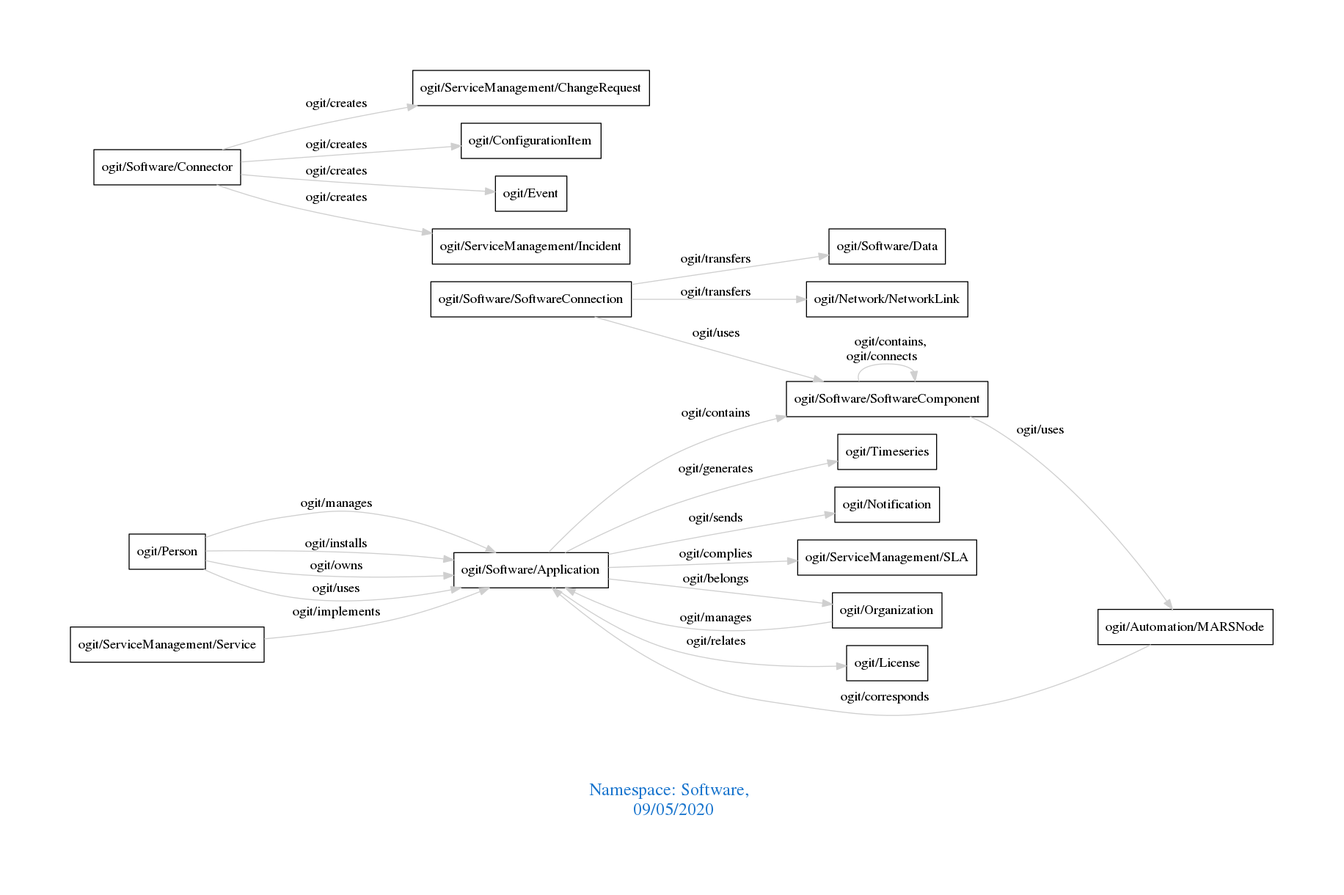
arago/OGIT keeps this Graphviz diagram as downloads/Software.png. Above is the earlier version. Its source is kept beside it as downloads/Software.dot.
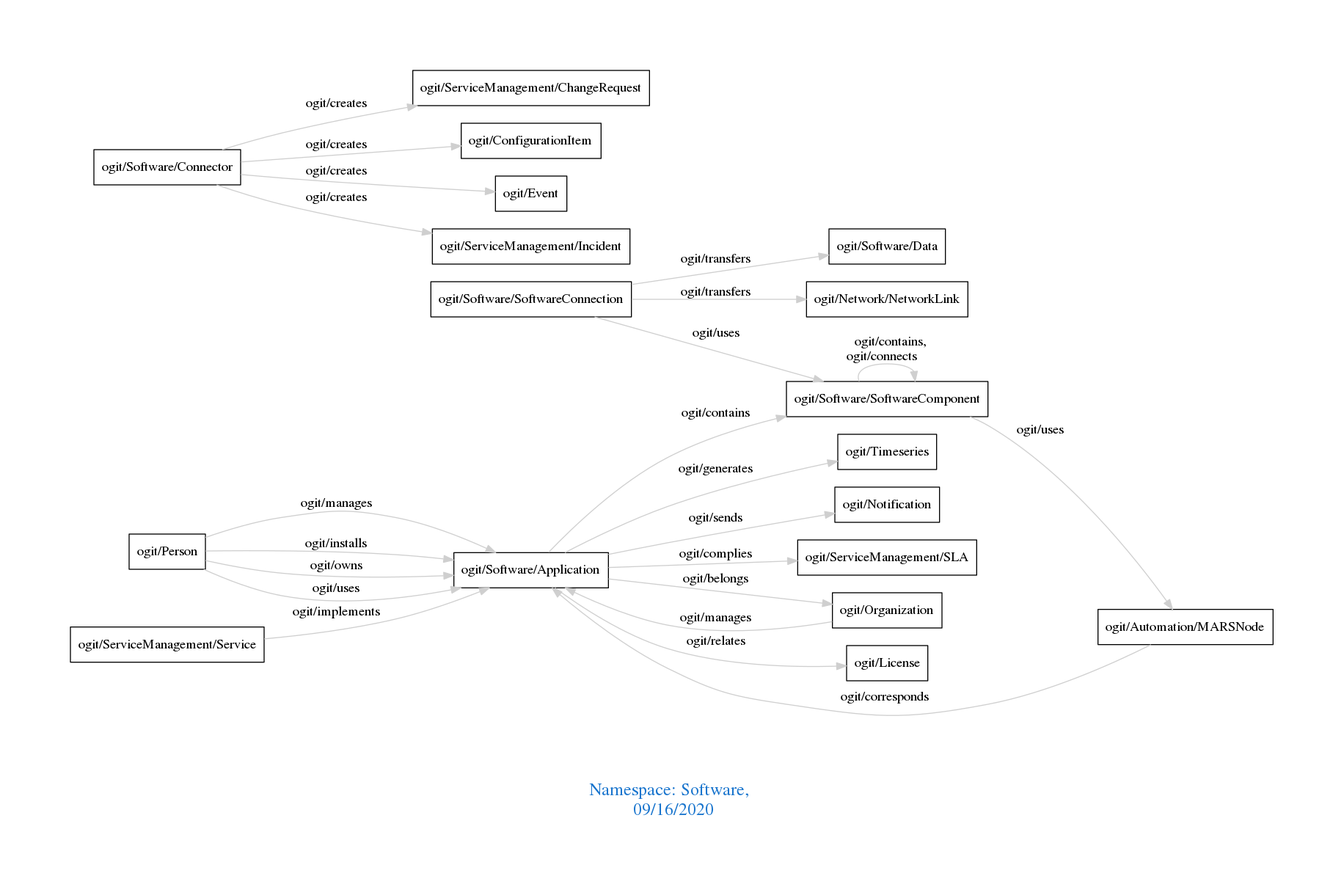
Above is the later version.

Diff of the diagram source:
```diff
@@ -1,7 +1,7 @@
 digraph OGIT_ontology {
  graph [ rankdir= LR,pad=1
 fontsize = 18,
-fontcolor= dodgerblue3,label = "\n\n\nNamespace: Software, \n 09/05/2020"];
+fontcolor= dodgerblue3,label = "\n\n\nNamespace: Software, \n 09/16/2020"];
 node[shape=polygon];
 edge [  color="gray81"];
 
```
